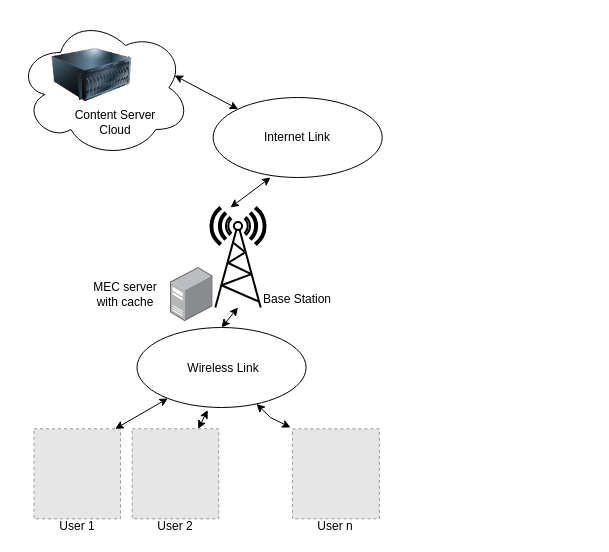
This is ICC2024.drawio from gughets/mrleo, a draw.io file, before an edit. Source tidied: cells renumbered, new cells numbered last; positions are measured from the earlier drawing's top-left corner, leaving out a move shared by most shapes. Both pictures are drawn from the tidied source at 100%, with x=0, y=0 at pixel (17, 17). Pictures stored in the file or linked from it are replaced by grey dashed boxes.
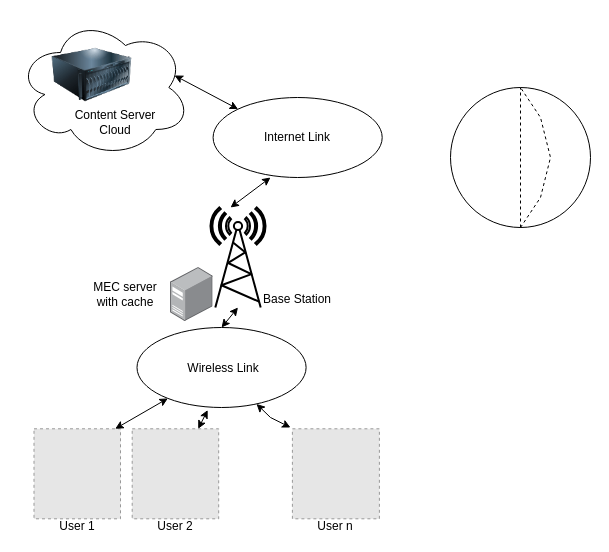
The same page after the edit.

What changed in the source:
```diff
@@
+    <mxCell id="25" style="ellipse;whiteSpace=wrap;html=1;" parent="1" vertex="1">
+      <mxGeometry x="433" y="70" width="140" height="140" as="geometry" />
+    </mxCell>
+    <mxCell id="26" style="endArrow=none;dashed=1;html=1;rounded=0;entryX=0.5;entryY=0;entryDx=0;entryDy=0;exitX=0.5;exitY=1;exitDx=0;exitDy=0;" parent="1" edge="1" source="25" target="25">
+      <mxGeometry relative="1" as="geometry" />
+    </mxCell>
+    <mxCell id="27" style="endArrow=none;dashed=1;html=1;rounded=0;exitX=0.5;exitY=1;exitDx=0;exitDy=0;" parent="1" edge="1" source="25">
+      <mxGeometry relative="1" as="geometry">
+        <mxPoint x="503" y="70" as="targetPoint" />
+        <Array as="points">
+          <mxPoint x="523" y="180" />
+          <mxPoint x="533" y="140" />
+          <mxPoint x="523" y="100" />
+        </Array>
+      </mxGeometry>
+    </mxCell>
```
